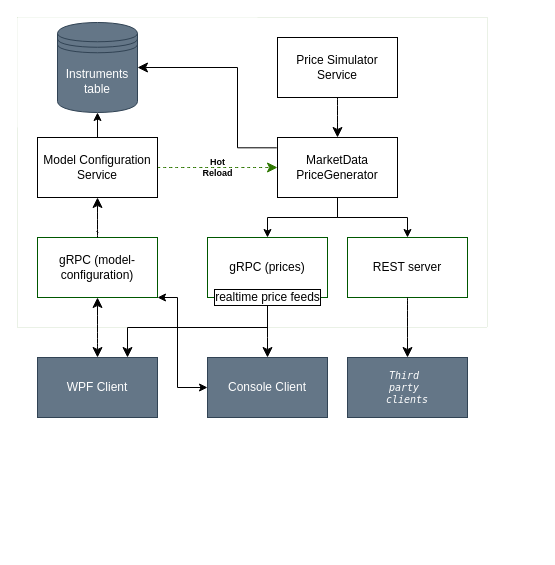
The draw.io diagram Architecture.drawio in Seraphim200001/MarketData, before the edit. Source tidied: cells renumbered, new cells numbered last; positions are measured from the earlier drawing's top-left corner, leaving out a move shared by most shapes. Both pictures are drawn from the tidied source at 100%, with x=0, y=0 at pixel (17, 17).
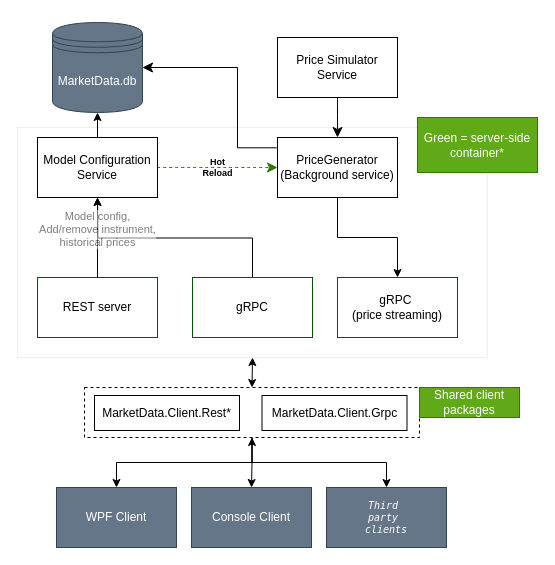
The same diagram, later.

Commit message (it also covers changes not shown here):
Update architecture diagram and readme, remove unused classes

Unchanged cells that the change refers to:
```xml
<mxCell id="20" value="Model Configuration Service" style="rounded=0;whiteSpace=wrap;html=1;" parent="1" vertex="1">
  <mxGeometry x="20" y="120" width="120" height="60" as="geometry" />
</mxCell>
```

What changed in the source:
```diff
@@
+    <mxCell id="27" style="rounded=0;whiteSpace=wrap;html=1;fillColor=none;dashed=1;" parent="1" vertex="1">
+      <mxGeometry x="67" y="370" width="335" height="50" as="geometry" />
+    </mxCell>
+    <mxCell id="28" style="edgeStyle=orthogonalEdgeStyle;rounded=0;jettySize=auto;html=1;entryX=0.5;entryY=0;entryDx=0;entryDy=0;startArrow=classic;startFill=1;" parent="1" edge="1" target="27">
+      <mxGeometry relative="1" as="geometry">
+        <mxPoint x="235" y="340" as="sourcePoint" />
+      </mxGeometry>
+    </mxCell>
     <mxCell id="2" style="rounded=0;whiteSpace=wrap;html=1;fillStyle=solid;strokeColor=light-dark(#2D7600,#141E0D);fillColor=light-dark(#FFFFFF,#003300);fontColor=#ffffff;gradientColor=none;strokeWidth=0;" parent="1" vertex="1">
-      <mxGeometry width="470" height="310" as="geometry" />
+      <mxGeometry y="110" width="470" height="230" as="geometry" />
     </mxCell>
@@
-    <mxCell id="5" style="edgeStyle=orthogonalEdgeStyle;shape=filledEdge;rounded=0;jettySize=auto;html=1;entryX=0.5;entryY=0;entryDx=0;entryDy=0;exitX=0.5;exitY=1;exitDx=0;exitDy=0;" parent="1" edge="1" source="7" target="9">
-      <mxGeometry relative="1" as="geometry" />
-    </mxCell>
@@
-    <mxCell id="7" value="MarketData PriceGenerator" style="rounded=0;whiteSpace=wrap;html=1;" parent="1" vertex="1">
+    <mxCell id="7" value="PriceGenerator&lt;div&gt;(Background service)&lt;/div&gt;" style="rounded=0;whiteSpace=wrap;html=1;" parent="1" vertex="1">
       <mxGeometry x="260" y="120" width="120" height="60" as="geometry" />
     </mxCell>
-    <mxCell id="8" value="gRPC (prices)" style="whiteSpace=wrap;html=1;rounded=0;fillColor=default;fontColor=default;strokeColor=#005700;" parent="1" vertex="1">
-      <mxGeometry x="190" y="220" width="120" height="60" as="geometry" />
+    <mxCell id="8" value="gRPC&amp;nbsp;&lt;div&gt;(price streaming)&lt;/div&gt;" style="whiteSpace=wrap;html=1;rounded=0;fillColor=default;fontColor=default;strokeColor=#005700;" parent="1" vertex="1">
+      <mxGeometry x="320" y="260" width="120" height="60" as="geometry" />
     </mxCell>
     <mxCell id="9" value="REST server" style="rounded=0;whiteSpace=wrap;html=1;fillColor=default;fontColor=default;strokeColor=#005700;" parent="1" vertex="1">
-      <mxGeometry x="330" y="220" width="120" height="60" as="geometry" />
+      <mxGeometry x="20" y="260" width="120" height="60" as="geometry" />
     </mxCell>
-    <mxCell id="10" style="edgeStyle=none;curved=1;rounded=0;jettySize=auto;html=1;exitX=0.5;exitY=0;exitDx=0;exitDy=0;entryX=0.5;entryY=1;entryDx=0;entryDy=0;fontSize=12;startSize=8;endSize=8;startArrow=classic;startFill=1;endArrow=classic;endFill=1;" parent="1" edge="1" source="11" target="18">
-      <mxGeometry relative="1" as="geometry" />
-    </mxCell>
     <mxCell id="11" value="WPF Client" style="rounded=0;whiteSpace=wrap;html=1;fillColor=#647687;fontColor=#ffffff;strokeColor=#314354;" parent="1" vertex="1">
-      <mxGeometry x="20" y="340" width="120" height="60" as="geometry" />
+      <mxGeometry x="39" y="470" width="120" height="60" as="geometry" />
     </mxCell>
-    <mxCell id="12" style="edgeStyle=none;curved=1;rounded=0;jettySize=auto;html=1;fontSize=12;startSize=8;endSize=8;exitX=0.5;exitY=1;exitDx=0;exitDy=0;entryX=0.5;entryY=0;entryDx=0;entryDy=0;" parent="1" edge="1" source="9" target="22">
-      <mxGeometry relative="1" as="geometry" />
-    </mxCell>
     <mxCell id="13" value="Console Client" style="rounded=0;whiteSpace=wrap;html=1;fillColor=#647687;fontColor=#ffffff;strokeColor=#314354;" parent="1" vertex="1">
-      <mxGeometry x="190" y="340" width="120" height="60" as="geometry" />
+      <mxGeometry x="174" y="470" width="120" height="60" as="geometry" />
     </mxCell>
-    <mxCell id="14" style="endArrow=classic;html=1;rounded=0;fontSize=12;startSize=8;endSize=8;curved=1;exitX=0.5;exitY=1;exitDx=0;exitDy=0;entryX=0.5;entryY=0;entryDx=0;entryDy=0;" parent="1" edge="1" source="8" target="13">
-      <mxGeometry relative="1" as="geometry" />
-    </mxCell>
-    <mxCell id="15" value="realtime price feeds" style="endArrow=classic;html=1;rounded=0;fontSize=12;startSize=8;endSize=8;exitX=0.5;exitY=1;exitDx=0;exitDy=0;entryX=0.75;entryY=0;entryDx=0;entryDy=0;edgeStyle=orthogonalEdgeStyle;labelBorderColor=default;" parent="1" edge="1" source="8" target="11">
-      <mxGeometry x="-1" relative="1" as="geometry" />
-    </mxCell>
-    <mxCell id="16" value="`" style="edgeStyle=none;curved=1;rounded=0;orthogonalLoop=1;jettySize=auto;html=1;exitX=0.5;exitY=0;exitDx=0;exitDy=0;fontSize=12;startSize=8;endSize=8;" parent="1" edge="1" source="18" target="18">
-      <mxGeometry relative="1" as="geometry" />
-    </mxCell>
-    <mxCell id="17" style="shape=filledEdge;rounded=0;jettySize=auto;html=1;exitX=1;exitY=1;exitDx=0;exitDy=0;entryX=0;entryY=0.5;entryDx=0;entryDy=0;elbow=vertical;startArrow=classic;startFill=1;edgeStyle=orthogonalEdgeStyle;" parent="1" edge="1" source="18" target="13">
-      <mxGeometry relative="1" as="geometry">
-        <Array as="points">
-          <mxPoint x="160" y="280" />
-          <mxPoint x="160" y="370" />
-        </Array>
-      </mxGeometry>
-    </mxCell>
+    <mxCell id="29" style="edgeStyle=orthogonalEdgeStyle;rounded=0;jettySize=auto;html=1;exitX=0.5;exitY=0;exitDx=0;exitDy=0;" parent="1" edge="1" source="18">
+      <mxGeometry relative="1" as="geometry">
+        <mxPoint x="80" y="180" as="targetPoint" />
+      </mxGeometry>
+    </mxCell>
-    <mxCell id="18" value="gRPC (model-configuration)" style="rounded=0;whiteSpace=wrap;html=1;fillColor=default;fontColor=default;strokeColor=#005700;" parent="1" vertex="1">
-      <mxGeometry x="20" y="220" width="120" height="60" as="geometry" />
+    <mxCell id="18" value="gRPC" style="rounded=0;whiteSpace=wrap;html=1;fillColor=default;fontColor=default;strokeColor=#005700;" parent="1" vertex="1">
+      <mxGeometry x="175" y="260" width="120" height="60" as="geometry" />
     </mxCell>
@@
-    <mxCell id="21" style="endArrow=classic;html=1;rounded=0;fontSize=12;startSize=8;endSize=8;curved=1;exitX=0.5;exitY=0;exitDx=0;exitDy=0;entryX=0.5;entryY=1;entryDx=0;entryDy=0;" parent="1" edge="1" source="18" target="20">
-      <mxGeometry relative="1" as="geometry" />
-    </mxCell>
     <mxCell id="22" value="Third&amp;nbsp;&lt;div&gt;party&amp;nbsp;&lt;/div&gt;&lt;div&gt;clients&lt;/div&gt;" style="rounded=0;whiteSpace=wrap;html=1;fontStyle=2;fontFamily=Lucida Console;fontSize=10;fillColor=#647687;fontColor=#ffffff;strokeColor=#314354;" parent="1" vertex="1">
-      <mxGeometry x="330" y="340" width="120" height="60" as="geometry" />
+      <mxGeometry x="309" y="470" width="120" height="60" as="geometry" />
     </mxCell>
-    <mxCell id="23" style="rounded=0;whiteSpace=wrap;html=1;strokeColor=none;" parent="1" vertex="1">
-      <mxGeometry width="240" height="110" as="geometry" />
-    </mxCell>
@@
-    <mxCell id="25" value="Instruments table" style="shape=datastore;whiteSpace=wrap;html=1;fillColor=#647687;fontColor=#ffffff;strokeColor=#314354;" parent="1" vertex="1">
-      <mxGeometry x="40" y="5" width="80" height="90" as="geometry" />
+    <mxCell id="25" value="MarketData.db" style="shape=datastore;whiteSpace=wrap;html=1;fillColor=#647687;fontColor=#ffffff;strokeColor=#314354;" parent="1" vertex="1">
+      <mxGeometry x="35" y="5" width="90" height="90" as="geometry" />
     </mxCell>
@@
+    <mxCell id="30" value="Green = server-side&lt;div&gt;&lt;span style=&quot;background-color: transparent; color: light-dark(rgb(255, 255, 255), rgb(18, 18, 18));&quot;&gt;container*&lt;/span&gt;&lt;/div&gt;" style="text;html=1;whiteSpace=wrap;strokeColor=#2D7600;fillColor=#60a917;align=center;verticalAlign=middle;rounded=0;fontColor=#ffffff;" parent="1" vertex="1">
+      <mxGeometry x="400" y="100" width="120" height="55" as="geometry" />
+    </mxCell>
+    <mxCell id="31" value="Model config,&lt;div&gt;Add/remove instrument,&lt;/div&gt;&lt;div&gt;historical prices&lt;/div&gt;" style="edgeStyle=orthogonalEdgeStyle;rounded=0;jettySize=auto;html=1;exitX=0.5;exitY=0;exitDx=0;exitDy=0;entryX=0.5;entryY=1;entryDx=0;entryDy=0;startSize=6;textOpacity=50;" parent="1" edge="1" source="9" target="20">
+      <mxGeometry x="0.2" relative="1" as="geometry" />
+    </mxCell>
+    <mxCell id="32" value="MarketData.Client.Grpc" style="rounded=0;whiteSpace=wrap;html=1;" parent="1" vertex="1">
+      <mxGeometry x="244.5" y="378" width="145" height="35" as="geometry" />
+    </mxCell>
+    <mxCell id="33" value="MarketData.Client.Rest*" style="rounded=0;whiteSpace=wrap;html=1;" parent="1" vertex="1">
+      <mxGeometry x="77" y="378" width="145" height="35" as="geometry" />
+    </mxCell>
+    <mxCell id="34" style="edgeStyle=orthogonalEdgeStyle;rounded=0;jettySize=auto;html=1;exitX=0.5;exitY=1;exitDx=0;exitDy=0;entryX=0.5;entryY=0;entryDx=0;entryDy=0;" parent="1" edge="1" source="27" target="11">
+      <mxGeometry relative="1" as="geometry" />
+    </mxCell>
+    <mxCell id="35" style="edgeStyle=orthogonalEdgeStyle;rounded=0;jettySize=auto;html=1;exitX=0.5;exitY=1;exitDx=0;exitDy=0;entryX=0.5;entryY=0;entryDx=0;entryDy=0;" parent="1" edge="1" source="27" target="13">
+      <mxGeometry relative="1" as="geometry" />
+    </mxCell>
+    <mxCell id="36" style="edgeStyle=orthogonalEdgeStyle;rounded=0;jettySize=auto;html=1;exitX=0.5;exitY=1;exitDx=0;exitDy=0;startArrow=classic;startFill=1;" parent="1" edge="1" source="27" target="22">
+      <mxGeometry relative="1" as="geometry" />
+    </mxCell>
+    <mxCell id="37" value="Shared client packages" style="text;html=1;whiteSpace=wrap;strokeColor=#2D7600;fillColor=#60a917;align=center;verticalAlign=middle;rounded=0;fontColor=#ffffff;" parent="1" vertex="1">
+      <mxGeometry x="402" y="370" width="100" height="30" as="geometry" />
+    </mxCell>
```
